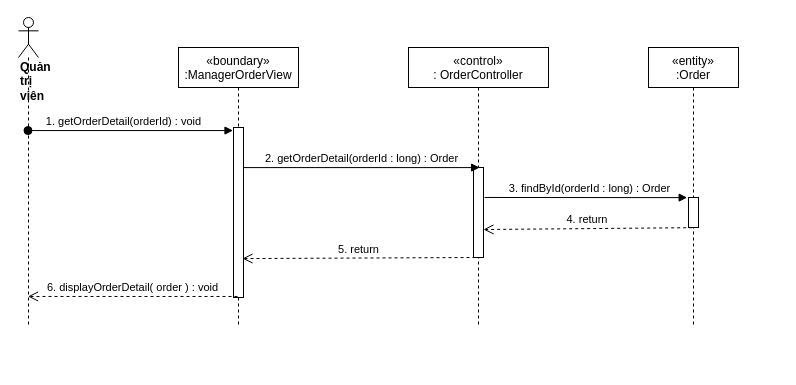
Before: sequence diagram/view-orderDetail-sequence-diagram.drawio in nguyenphamvan/datn_20202, a draw.io diagram. Source tidied: cells renumbered, new cells numbered last; positions are measured from the earlier drawing's top-left corner, leaving out a move shared by most shapes. Both pictures are drawn from the tidied source at 100%, with x=0, y=0 at pixel (18, 17).
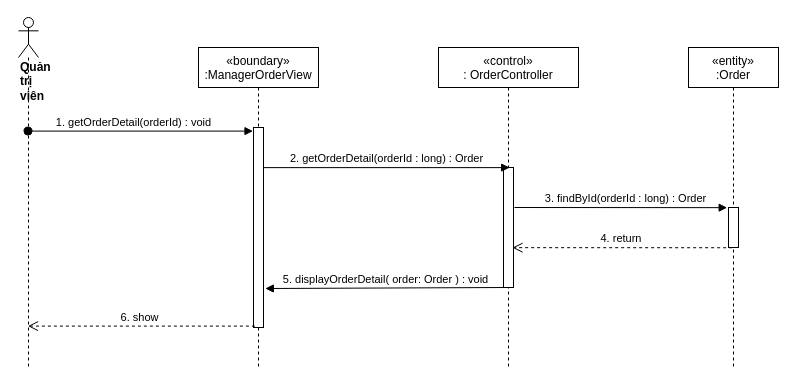
After the change.

The edit, as a diff of the source:
```diff
@@
 <mxGraphModel>
   <root>
     <mxCell id="0" />
     <mxCell id="1" parent="0" />
     <mxCell id="2" value="«boundary»&#10;:ManagerOrderView" style="shape=umlLifeline;perimeter=lifelinePerimeter;rounded=0;shadow=0;strokeWidth=1;" parent="1" vertex="1">
-      <mxGeometry x="160" y="30" width="120" height="280" as="geometry" />
+      <mxGeometry x="180" y="30" width="120" height="320" as="geometry" />
     </mxCell>
     <mxCell id="3" style="points=[];perimeter=orthogonalPerimeter;rounded=0;shadow=0;strokeWidth=1;" parent="2" vertex="1">
-      <mxGeometry x="55" y="80" width="10" height="170" as="geometry" />
+      <mxGeometry x="55" y="80" width="10" height="200" as="geometry" />
     </mxCell>
     <mxCell id="4" value="«control»&#10;: OrderController" style="shape=umlLifeline;perimeter=lifelinePerimeter;rounded=0;shadow=0;strokeWidth=1;" parent="1" vertex="1">
-      <mxGeometry x="390" y="30" width="140" height="280" as="geometry" />
+      <mxGeometry x="420" y="30" width="140" height="320" as="geometry" />
     </mxCell>
     <mxCell id="5" style="points=[];perimeter=orthogonalPerimeter;rounded=0;shadow=0;strokeWidth=1;" parent="4" vertex="1">
-      <mxGeometry x="65" y="120" width="10" height="90" as="geometry" />
+      <mxGeometry x="65" y="120" width="10" height="120" as="geometry" />
     </mxCell>
     <mxCell id="6" value="&lt;div&gt;&lt;b&gt;Quản trị viên&lt;/b&gt;&lt;/div&gt;" style="shape=umlLifeline;participant=umlActor;perimeter=lifelinePerimeter;whiteSpace=wrap;html=1;verticalAlign=top;spacingTop=36;outlineConnect=0;align=left;" parent="1" vertex="1">
-      <mxGeometry width="20" height="310" as="geometry" />
+      <mxGeometry width="20" height="350" as="geometry" />
     </mxCell>
     <mxCell id="7" value="1. getOrderDetail(orderId) : void" style="verticalAlign=bottom;startArrow=oval;endArrow=block;startSize=8;shadow=0;strokeWidth=1;entryX=-0.05;entryY=0.018;entryDx=0;entryDy=0;entryPerimeter=0;" parent="1" edge="1" source="6" target="3">
       <mxGeometry x="-0.06" relative="1" as="geometry" />
     </mxCell>
     <mxCell id="8" value="2. getOrderDetail(orderId : long) : Order" style="html=1;verticalAlign=bottom;endArrow=block;entryX=0.617;entryY=0.001;entryDx=0;entryDy=0;entryPerimeter=0;" parent="1" edge="1" source="3" target="5">
       <mxGeometry relative="1" as="geometry" />
     </mxCell>
     <mxCell id="9" value="«entity»&#10;:Order" style="shape=umlLifeline;perimeter=lifelinePerimeter;rounded=0;shadow=0;strokeWidth=1;" parent="1" vertex="1">
-      <mxGeometry x="630" y="30" width="90" height="280" as="geometry" />
+      <mxGeometry x="670" y="30" width="90" height="320" as="geometry" />
     </mxCell>
     <mxCell id="10" style="points=[];perimeter=orthogonalPerimeter;rounded=0;shadow=0;strokeWidth=1;" parent="9" vertex="1">
-      <mxGeometry x="40" y="150" width="10" height="30" as="geometry" />
+      <mxGeometry x="40" y="160" width="10" height="40" as="geometry" />
     </mxCell>
-    <mxCell id="11" value="3. findById(orderId : long) : Order" style="html=1;verticalAlign=bottom;endArrow=block;entryX=-0.133;entryY=0.004;entryDx=0;entryDy=0;entryPerimeter=0;exitX=1.1;exitY=0.333;exitDx=0;exitDy=0;exitPerimeter=0;" parent="1" edge="1" source="5" target="10">
-      <mxGeometry x="0.04" relative="1" as="geometry" />
+    <mxCell id="11" value="3. findById(orderId : long) : Order" style="html=1;verticalAlign=bottom;endArrow=block;entryX=-0.133;entryY=0.004;entryDx=0;entryDy=0;entryPerimeter=0;" parent="1" edge="1" target="10">
+      <mxGeometry x="0.04" relative="1" as="geometry">
+        <mxPoint x="496" y="190" as="sourcePoint" />
+      </mxGeometry>
     </mxCell>
-    <mxCell id="12" value="4. return&amp;nbsp;" style="html=1;verticalAlign=bottom;endArrow=open;dashed=1;endSize=8;exitX=0.367;exitY=1.006;exitDx=0;exitDy=0;exitPerimeter=0;entryX=1;entryY=0.689;entryDx=0;entryDy=0;entryPerimeter=0;" parent="1" edge="1" source="10" target="5">
+    <mxCell id="12" value="4. return&amp;nbsp;" style="html=1;verticalAlign=bottom;endArrow=open;dashed=1;endSize=8;exitX=0.367;exitY=1.006;exitDx=0;exitDy=0;exitPerimeter=0;entryX=0.9;entryY=0.668;entryDx=0;entryDy=0;entryPerimeter=0;" parent="1" edge="1" source="10" target="5">
       <mxGeometry relative="1" as="geometry" />
     </mxCell>
-    <mxCell id="13" value="5. return" style="html=1;verticalAlign=bottom;endArrow=open;dashed=1;endSize=8;exitX=0.2;exitY=1;exitDx=0;exitDy=0;exitPerimeter=0;entryX=0.9;entryY=0.771;entryDx=0;entryDy=0;entryPerimeter=0;" parent="1" edge="1" source="5" target="3">
-      <mxGeometry relative="1" as="geometry" />
-    </mxCell>
-    <mxCell id="14" value="6. displayOrderDetail( order ) : void" style="html=1;verticalAlign=bottom;endArrow=open;dashed=1;endSize=8;exitX=0.4;exitY=0.994;exitDx=0;exitDy=0;exitPerimeter=0;" parent="1" edge="1" source="3" target="6">
+    <mxCell id="14" style="html=1;verticalAlign=bottom;endArrow=open;dashed=1;endSize=8;exitX=0.14;exitY=0.993;exitDx=0;exitDy=0;exitPerimeter=0;" parent="1" edge="1" source="3" target="6">
       <mxGeometry relative="1" as="geometry" />
     </mxCell>
+    <mxCell id="15" value="6. show" style="edgeLabel;html=1;align=center;verticalAlign=middle;" parent="14" vertex="1">
+      <mxGeometry x="-0.28" relative="1" as="geometry">
+        <mxPoint x="-34" y="-9" as="offset" />
+      </mxGeometry>
+    </mxCell>
+    <mxCell id="16" value="5. displayOrderDetail( order: Order ) : void" style="html=1;verticalAlign=bottom;endArrow=block;entryX=1.18;entryY=0.805;entryDx=0;entryDy=0;entryPerimeter=0;" parent="1" edge="1" target="3">
+      <mxGeometry relative="1" as="geometry">
+        <mxPoint x="488" y="270" as="sourcePoint" />
+      </mxGeometry>
+    </mxCell>
   </root>
 </mxGraphModel>
```
